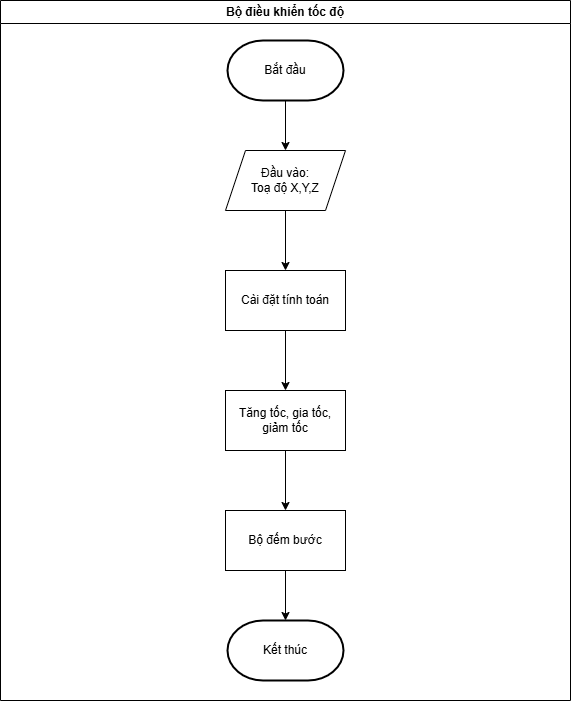
This is FLOWCHART-VIE/FLOWCHART-SPEED-CONTROLLER.png from Quynguyen34/CNC-Drill-Graduation-Project, a draw.io export, as it was before one commit. Source tidied: cells renumbered, new cells last; positions are measured from the earlier drawing's top-left corner, leaving out a move shared by most shapes.
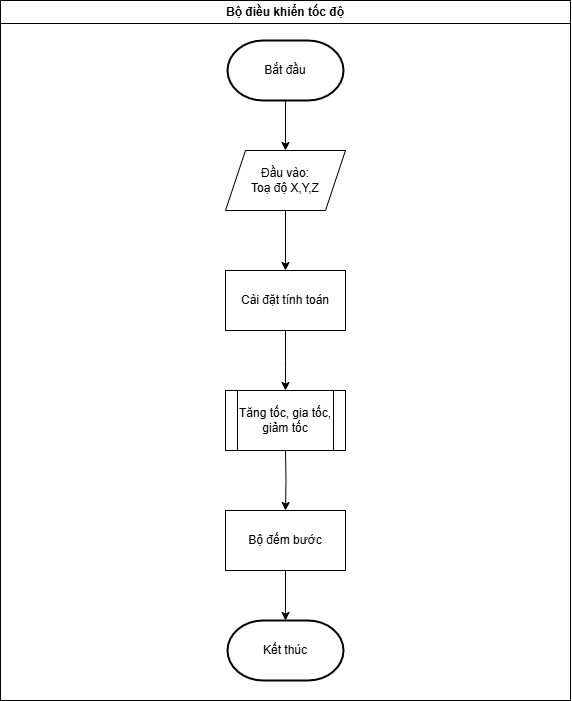
The same diagram one commit later.

What changed in the source:
```diff
@@ -23,20 +23,24 @@
     <mxCell id="8" value="Đầu vào:&lt;div&gt;Toạ độ X,Y,Z&lt;/div&gt;" style="shape=parallelogram;perimeter=parallelogramPerimeter;whiteSpace=wrap;html=1;fixedSize=1;" parent="2" vertex="1">
       <mxGeometry x="225" y="150" width="120" height="60" as="geometry" />
     </mxCell>
-    <mxCell id="9" style="edgeStyle=orthogonalEdgeStyle;rounded=0;jettySize=auto;html=1;" parent="2" edge="1" source="10" target="12">
-      <mxGeometry relative="1" as="geometry" />
+    <mxCell id="9" style="edgeStyle=orthogonalEdgeStyle;rounded=0;jettySize=auto;html=1;" parent="2" edge="1" source="10">
+      <mxGeometry relative="1" as="geometry">
+        <mxPoint x="285" y="390" as="targetPoint" />
+      </mxGeometry>
     </mxCell>
     <mxCell id="10" value="Cài đặt tính toán" style="rounded=0;whiteSpace=wrap;html=1;" parent="2" vertex="1">
       <mxGeometry x="225" y="270" width="120" height="60" as="geometry" />
     </mxCell>
-    <mxCell id="11" style="edgeStyle=orthogonalEdgeStyle;rounded=0;jettySize=auto;html=1;entryX=0.5;entryY=0;entryDx=0;entryDy=0;" parent="2" edge="1" source="12" target="3">
-      <mxGeometry relative="1" as="geometry" />
+    <mxCell id="11" style="edgeStyle=orthogonalEdgeStyle;rounded=0;jettySize=auto;html=1;entryX=0.5;entryY=0;entryDx=0;entryDy=0;" parent="2" edge="1" target="3">
+      <mxGeometry relative="1" as="geometry">
+        <mxPoint x="285" y="450" as="sourcePoint" />
+      </mxGeometry>
     </mxCell>
+    <mxCell id="13" style="edgeStyle=orthogonalEdgeStyle;rounded=0;jettySize=auto;html=1;entryX=0.5;entryY=0;entryDx=0;entryDy=0;entryPerimeter=0;" parent="2" edge="1" source="3" target="4">
+      <mxGeometry relative="1" as="geometry" />
+    </mxCell>
-    <mxCell id="12" value="Tăng tốc, gia tốc, giảm tốc" style="rounded=0;whiteSpace=wrap;html=1;" parent="2" vertex="1">
+    <mxCell id="12" value="Tăng tốc, gia tốc, giảm tốc" style="shape=process;whiteSpace=wrap;html=1;backgroundOutline=1;" parent="2" vertex="1">
       <mxGeometry x="225" y="390" width="120" height="60" as="geometry" />
     </mxCell>
-    <mxCell id="13" style="edgeStyle=orthogonalEdgeStyle;rounded=0;jettySize=auto;html=1;entryX=0.5;entryY=0;entryDx=0;entryDy=0;entryPerimeter=0;" parent="2" edge="1" source="3" target="4">
-      <mxGeometry relative="1" as="geometry" />
-    </mxCell>
   </root>
 </mxGraphModel>
```
